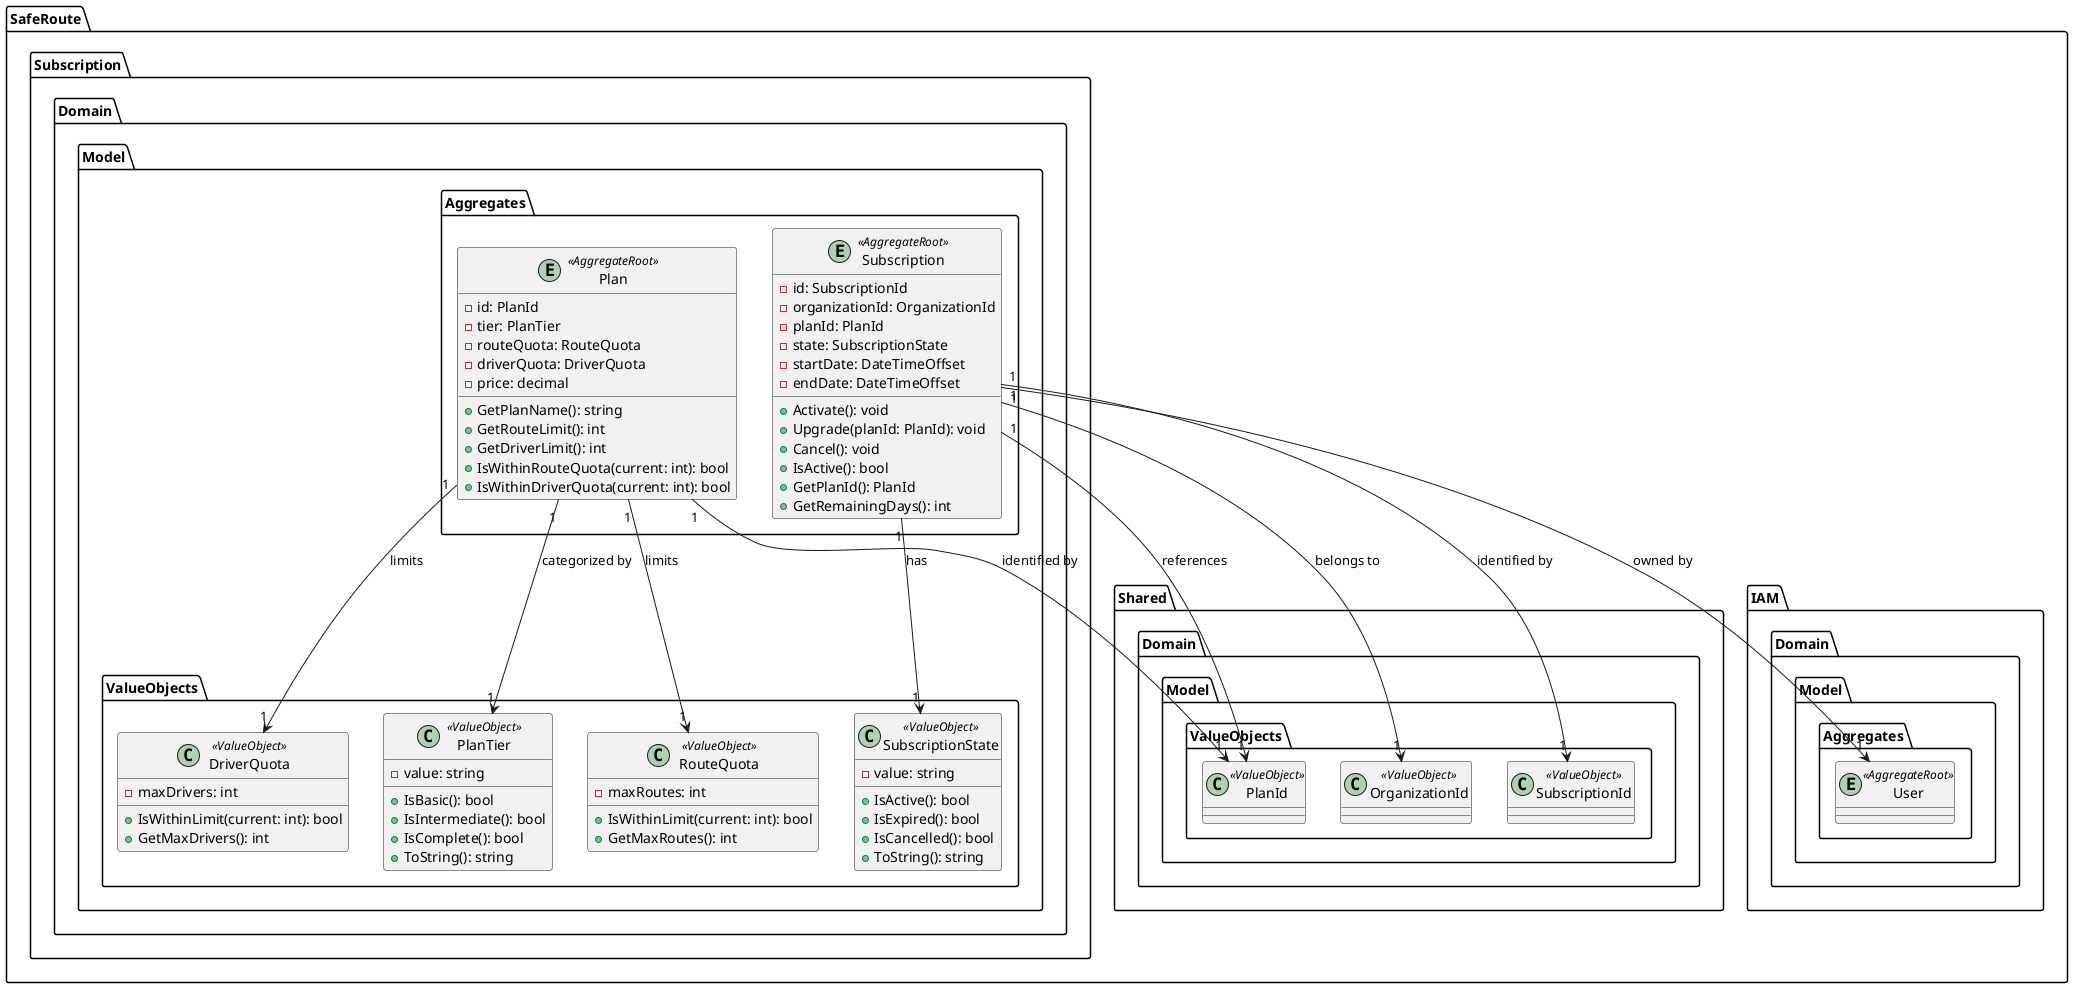
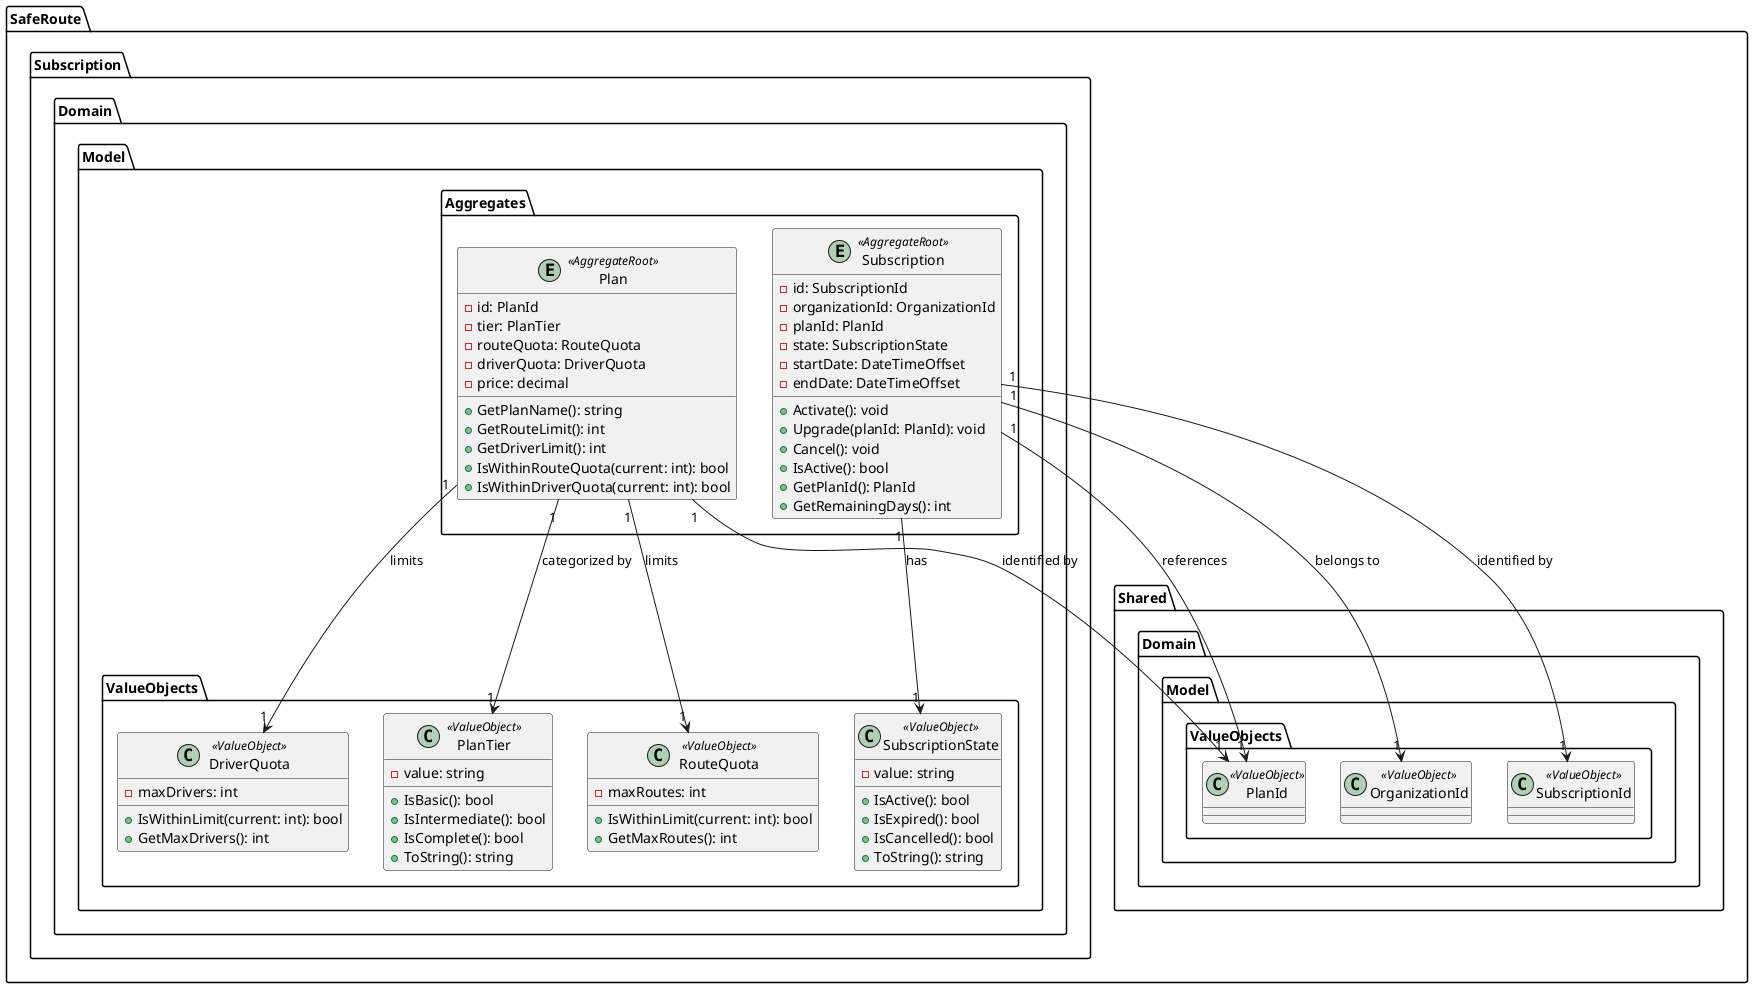
@startuml
skinparam monochrome false

package "SafeRoute.Subscription.Domain.Model.Aggregates" {
  entity "Subscription" as SubscriptionPrincipal <<AggregateRoot>> {
    -id: SubscriptionId
    -organizationId: OrganizationId
    -planId: PlanId
    -state: SubscriptionState
    -startDate: DateTimeOffset
    -endDate: DateTimeOffset
    +Activate(): void
    +Upgrade(planId: PlanId): void
    +Cancel(): void
    +IsActive(): bool
    +GetPlanId(): PlanId
    +GetRemainingDays(): int
  }

  entity "Plan" as Plan <<AggregateRoot>> {
    -id: PlanId
    -tier: PlanTier
    -routeQuota: RouteQuota
    -driverQuota: DriverQuota
    -price: decimal
    +GetPlanName(): string
    +GetRouteLimit(): int
    +GetDriverLimit(): int
    +IsWithinRouteQuota(current: int): bool
    +IsWithinDriverQuota(current: int): bool
  }
}

package "SafeRoute.Subscription.Domain.Model.ValueObjects" {
  class "SubscriptionState" as SubscriptionState <<ValueObject>> {
    -value: string
    +IsActive(): bool
    +IsExpired(): bool
    +IsCancelled(): bool
    +ToString(): string
  }

  class "PlanTier" as PlanTier <<ValueObject>> {
    -value: string
    +IsBasic(): bool
    +IsIntermediate(): bool
    +IsComplete(): bool
    +ToString(): string
  }

  class "RouteQuota" as RouteQuota <<ValueObject>> {
    -maxRoutes: int
    +IsWithinLimit(current: int): bool
    +GetMaxRoutes(): int
  }

  class "DriverQuota" as DriverQuota <<ValueObject>> {
    -maxDrivers: int
    +IsWithinLimit(current: int): bool
    +GetMaxDrivers(): int
  }
}

' ─── Shared ──────────────────────────────────────────────────────────────────
package "SafeRoute.Shared.Domain.Model.ValueObjects" {
  class "OrganizationId" as SharedOrganizationId <<ValueObject>> {
  }
  class "SubscriptionId" as SharedSubscriptionId <<ValueObject>> {
  }
  class "PlanId" as SharedPlanId <<ValueObject>> {
  }
}

- ' ─── Referencias a otros Bounded Contexts ────────────────────────────────────
- package "SafeRoute.IAM.Domain.Model.Aggregates" {
-   entity "User" as User <<AggregateRoot>> {
-   }
- }
- 
SubscriptionPrincipal "1" --> "1" SharedSubscriptionId : identified by
SubscriptionPrincipal "1" --> "1" SharedOrganizationId : belongs to
SubscriptionPrincipal "1" --> "1" SharedPlanId : references
SubscriptionPrincipal "1" --> "1" SubscriptionState : has
- SubscriptionPrincipal "1" --> "1" User : owned by
Plan "1" --> "1" SharedPlanId : identified by
Plan "1" --> "1" PlanTier : categorized by
Plan "1" --> "1" RouteQuota : limits
Plan "1" --> "1" DriverQuota : limits

@enduml
